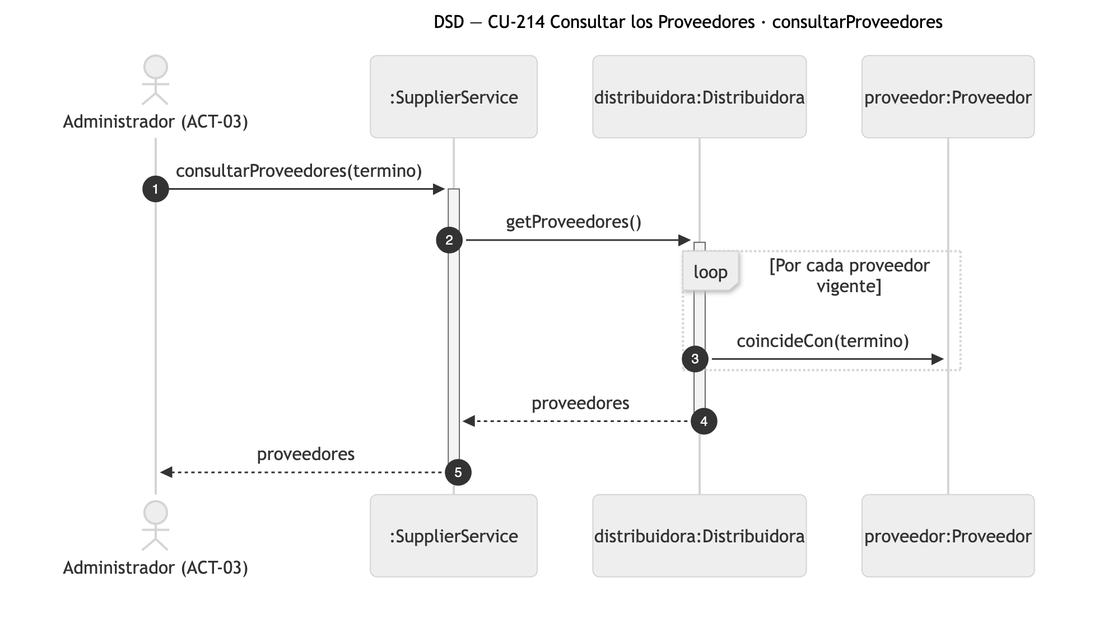
Earlier version of the Mermaid export diagramas/png/DSD_CU-214_consultarProveedores.png (Nahuelito-Dev/splg-docs). Its source is kept beside it as diagramas/DSD_CU-214_consultarProveedores.mmd.
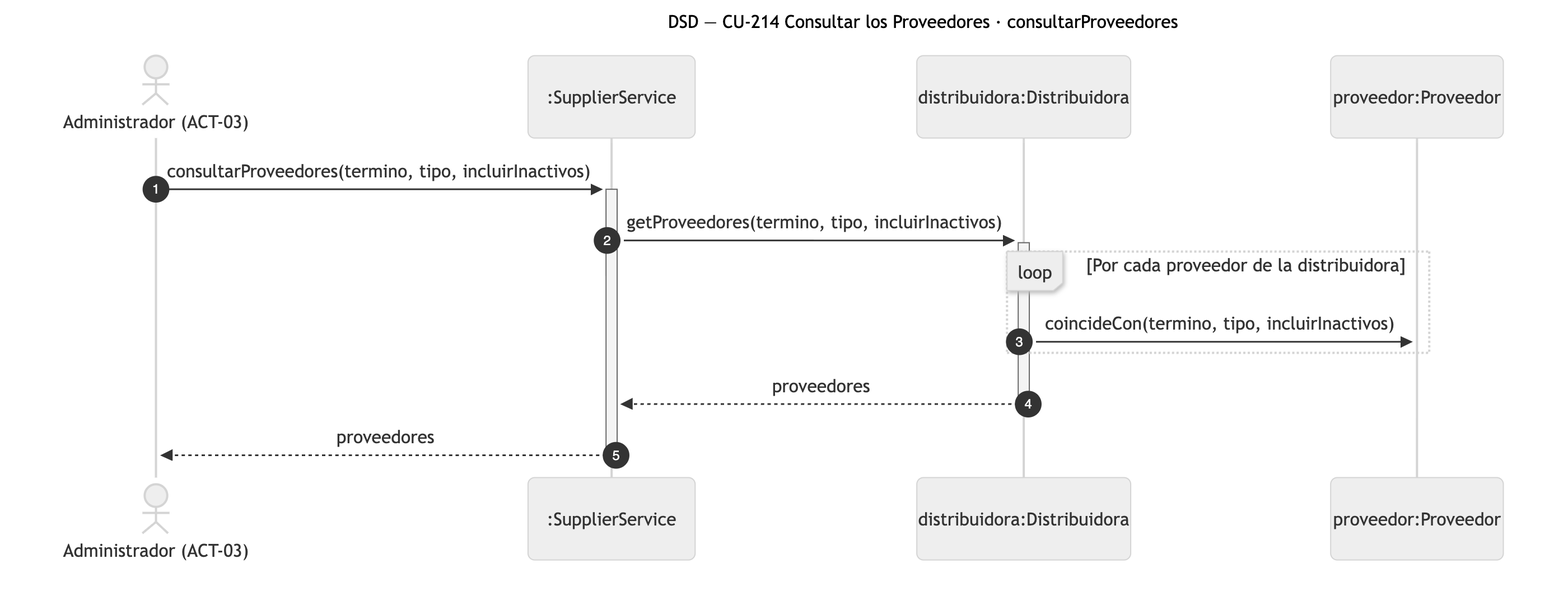
Later version of the same file.

Change to the diagram source:
```diff
@@ -6,10 +6,10 @@
     participant DIS as distribuidora:Distribuidora
     participant PRV as proveedor:Proveedor
 
-    ADM->>+SRV: consultarProveedores(termino)
-    SRV->>+DIS: getProveedores()
-    loop Por cada proveedor vigente
-        DIS->>PRV: coincideCon(termino)
+    ADM->>+SRV: consultarProveedores(termino, tipo, incluirInactivos)
+    SRV->>+DIS: getProveedores(termino, tipo, incluirInactivos)
+    loop Por cada proveedor de la distribuidora
+        DIS->>PRV: coincideCon(termino, tipo, incluirInactivos)
     end
     DIS-->>-SRV: proveedores
     SRV-->>-ADM: proveedores
```
